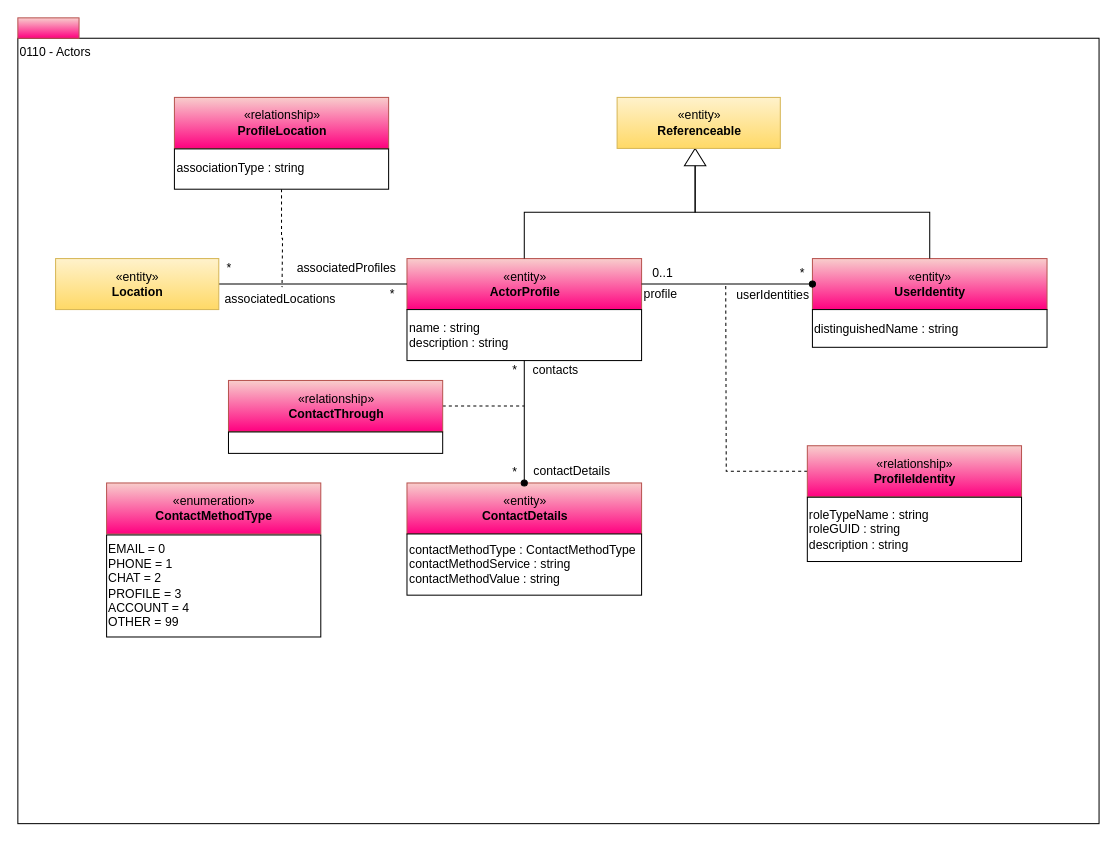
Earlier version of the draw.io diagram page "0110-Actors" (2 of 13) of site/docs/types/1/area-1-collaboration.drawio (odpi/egeria-docs). Source tidied: cells renumbered, new cells numbered last; positions are measured from the earlier drawing's top-left corner, leaving out a move shared by most shapes. Both pictures are drawn from the tidied source at 102%, with x=0, y=0 at pixel (17, 17).
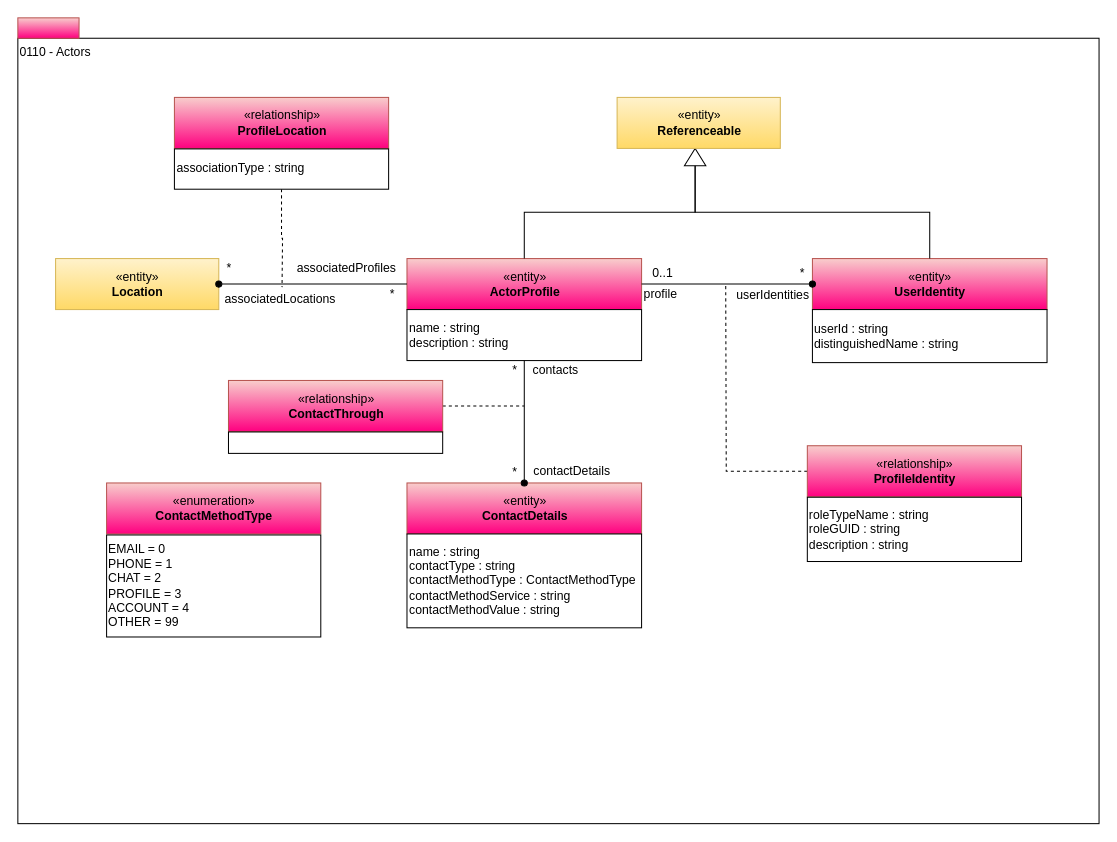
Above is the later version.

The change refers to these unchanged cells:
```xml
<mxCell id="3" value="«entity»&lt;br&gt;&lt;b&gt;ActorProfile&lt;/b&gt;" style="html=1;strokeColor=#b85450;align=center;fillColor=#f8cecc;gradientColor=#FF0080;" parent="1" vertex="1">
  <mxGeometry x="381.5" y="236" width="230" height="50" as="geometry" />
</mxCell>
<mxCell id="33" value="«entity»&lt;br&gt;&lt;b&gt;Location&lt;/b&gt;" style="html=1;strokeColor=#d6b656;align=center;fillColor=#fff2cc;gradientColor=#ffd966;" parent="1" vertex="1">
  <mxGeometry x="37" y="236" width="160" height="50" as="geometry" />
</mxCell>
```

Diff of the diagram source:
```diff
@@
-    <mxCell id="12" value="contactMethodType : ContactMethodType&lt;br&gt;contactMethodService : string&lt;br&gt;contactMethodValue : string&lt;br&gt;" style="rounded=0;whiteSpace=wrap;html=1;align=left;" parent="1" vertex="1">
-      <mxGeometry x="381.5" y="506" width="230" height="60" as="geometry" />
+    <mxCell id="12" value="name : string&lt;br&gt;contactType : string&lt;br&gt;contactMethodType : ContactMethodType&lt;br&gt;contactMethodService : string&lt;br&gt;contactMethodValue : string" style="rounded=0;whiteSpace=wrap;html=1;align=left;" parent="1" vertex="1">
+      <mxGeometry x="381.5" y="506" width="230" height="92" as="geometry" />
     </mxCell>
@@
-    <mxCell id="21" value="distinguishedName : string" style="rounded=0;whiteSpace=wrap;html=1;align=left;" parent="1" vertex="1">
-      <mxGeometry x="779" y="286" width="230" height="37" as="geometry" />
+    <mxCell id="21" value="userId : string&lt;br&gt;distinguishedName : string" style="rounded=0;whiteSpace=wrap;html=1;align=left;" parent="1" vertex="1">
+      <mxGeometry x="779" y="286" width="230" height="52" as="geometry" />
     </mxCell>
@@
-    <mxCell id="32" style="edgeStyle=orthogonalEdgeStyle;rounded=0;jettySize=auto;html=1;exitX=1;exitY=0.5;exitDx=0;exitDy=0;entryX=0;entryY=0.5;entryDx=0;entryDy=0;endArrow=none;endFill=0;" parent="1" edge="1" source="33" target="3">
-      <mxGeometry relative="1" as="geometry" />
-    </mxCell>
@@
+    <mxCell id="32" style="edgeStyle=orthogonalEdgeStyle;rounded=0;jettySize=auto;html=1;exitX=1;exitY=0.5;exitDx=0;exitDy=0;entryX=0;entryY=0.5;entryDx=0;entryDy=0;endArrow=none;endFill=0;startArrow=oval;startFill=1;" parent="1" edge="1" source="33" target="3">
+      <mxGeometry relative="1" as="geometry" />
+    </mxCell>
```
